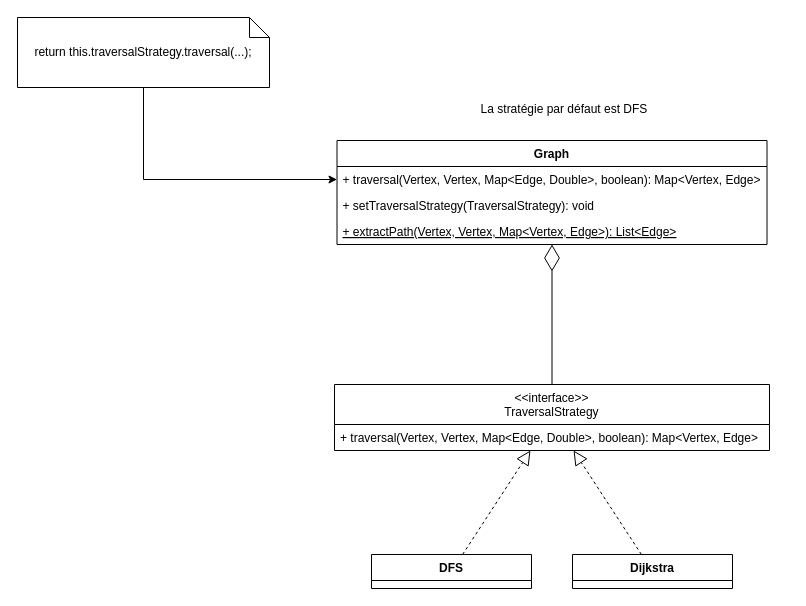
Before: specification/diagrams/strategy-pattern.drawio in SkyNalix/MoriaMap, a draw.io diagram. Source tidied: cells renumbered, new cells numbered last; positions are measured from the earlier drawing's top-left corner, leaving out a move shared by most shapes. Both pictures are drawn from the tidied source at 100%, with x=0, y=0 at pixel (17, 17).
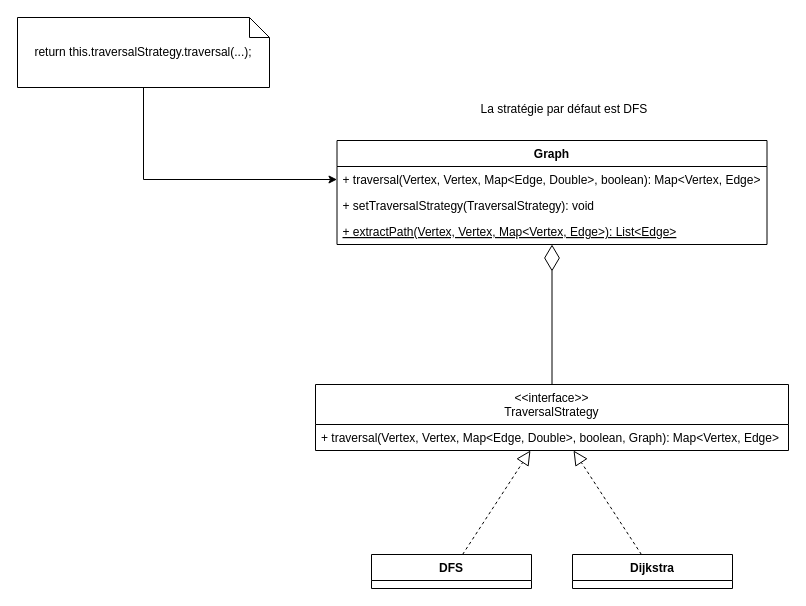
After the change.

Commit message (it also covers changes not shown here):
Add traversal strategy pattern walking skeleton

Diff of the diagram source:
```diff
@@
 <mxGraphModel>
   <root>
     <mxCell id="0" />
     <mxCell id="1" parent="0" />
     <mxCell id="2" value="&lt;&lt;interface&gt;&gt; &#10;TraversalStrategy" style="swimlane;fontStyle=0;align=center;verticalAlign=top;horizontal=1;startSize=40;" parent="1" vertex="1">
-      <mxGeometry x="317" y="367" width="435" height="66" as="geometry" />
+      <mxGeometry x="298" y="367" width="473" height="66" as="geometry" />
     </mxCell>
-    <mxCell id="3" value="+ traversal(Vertex, Vertex, Map&lt;Edge, Double&gt;, boolean): Map&lt;Vertex, Edge&gt;" style="text;strokeColor=none;fillColor=none;align=left;verticalAlign=top;spacingLeft=4;spacingRight=4;overflow=hidden;" parent="2" vertex="1">
-      <mxGeometry y="40" width="435" height="26" as="geometry" />
+    <mxCell id="3" value="+ traversal(Vertex, Vertex, Map&lt;Edge, Double&gt;, boolean, Graph): Map&lt;Vertex, Edge&gt;" style="text;strokeColor=none;fillColor=none;align=left;verticalAlign=top;spacingLeft=4;spacingRight=4;overflow=hidden;" parent="2" vertex="1">
+      <mxGeometry y="40" width="473" height="26" as="geometry" />
     </mxCell>
     <mxCell id="4" value="DFS" style="swimlane;fontStyle=1;align=center;verticalAlign=top;horizontal=1;startSize=26;" parent="1" vertex="1">
       <mxGeometry x="354" y="537" width="160" height="34" as="geometry" />
     </mxCell>
     <mxCell id="5" style="endArrow=diamondThin;endFill=0;endSize=24;html=1;rounded=0;" parent="1" edge="1" source="2" target="9">
       <mxGeometry relative="1" as="geometry" />
     </mxCell>
     <mxCell id="6" style="endArrow=block;dashed=1;endFill=0;endSize=12;html=1;rounded=0;" parent="1" edge="1" source="4" target="2">
       <mxGeometry relative="1" as="geometry" />
     </mxCell>
     <mxCell id="7" value="Dijkstra" style="swimlane;fontStyle=1;align=center;verticalAlign=top;horizontal=1;startSize=26;" parent="1" vertex="1">
       <mxGeometry x="555" y="537" width="160" height="34" as="geometry" />
     </mxCell>
     <mxCell id="8" style="endArrow=block;dashed=1;endFill=0;endSize=12;html=1;rounded=0;" parent="1" edge="1" source="7" target="2">
       <mxGeometry relative="1" as="geometry" />
     </mxCell>
     <mxCell id="9" value="Graph" style="swimlane;fontStyle=1;align=center;verticalAlign=top;horizontal=1;startSize=26;" parent="1" vertex="1">
       <mxGeometry x="319.5" y="123" width="430" height="104" as="geometry" />
     </mxCell>
     <mxCell id="10" value="+ traversal(Vertex, Vertex, Map&lt;Edge, Double&gt;, boolean): Map&lt;Vertex, Edge&gt;" style="text;strokeColor=none;fillColor=none;align=left;verticalAlign=top;spacingLeft=4;spacingRight=4;overflow=hidden;points=[[0,0.5],[1,0.5]];portConstraint=eastwest;" parent="9" vertex="1">
       <mxGeometry y="26" width="430" height="26" as="geometry" />
     </mxCell>
     <mxCell id="11" value="+ setTraversalStrategy(TraversalStrategy): void" style="text;strokeColor=none;fillColor=none;align=left;verticalAlign=top;spacingLeft=4;spacingRight=4;overflow=hidden;" parent="9" vertex="1">
       <mxGeometry y="52" width="430" height="26" as="geometry" />
     </mxCell>
     <mxCell id="12" value="+ extractPath(Vertex, Vertex, Map&lt;Vertex, Edge&gt;): List&lt;Edge&gt;" style="text;strokeColor=none;fillColor=none;align=left;verticalAlign=top;spacingLeft=4;spacingRight=4;overflow=hidden;fontStyle=4;" parent="9" vertex="1">
       <mxGeometry y="78" width="430" height="26" as="geometry" />
     </mxCell>
     <mxCell id="13" style="edgeStyle=orthogonalEdgeStyle;rounded=0;jettySize=auto;html=1;" parent="1" edge="1" source="14" target="10">
       <mxGeometry relative="1" as="geometry" />
     </mxCell>
     <mxCell id="14" value="return this.traversalStrategy.traversal(...);" style="shape=note;size=20;whiteSpace=wrap;html=1;" parent="1" vertex="1">
       <mxGeometry width="252" height="70" as="geometry" />
     </mxCell>
     <mxCell id="15" value="La stratégie par défaut est DFS" style="text;html=1;strokeColor=none;fillColor=none;align=center;verticalAlign=middle;whiteSpace=wrap;rounded=0;" parent="1" vertex="1">
       <mxGeometry x="461.5" y="77" width="170" height="30" as="geometry" />
     </mxCell>
   </root>
 </mxGraphModel>
```
